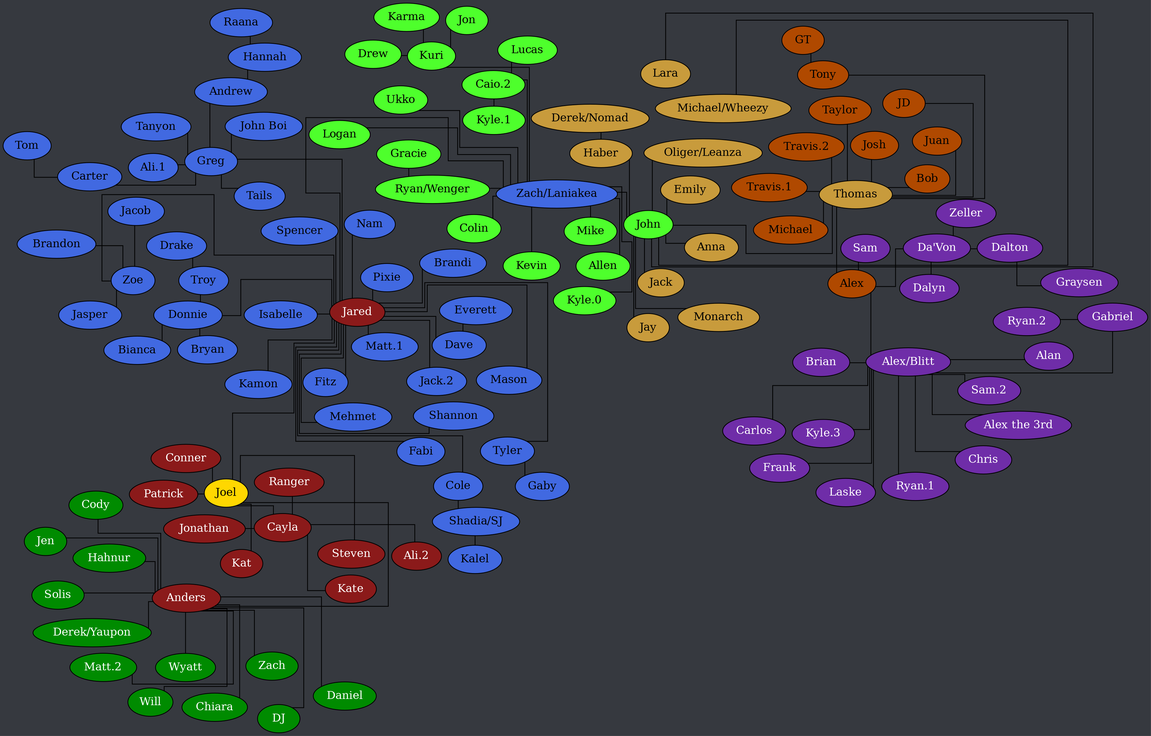
Before: tree.png, a diagram exported from Graphviz (Documidas/CoronaCatzFamilyTree). Its source is kept beside it as tree.dot.
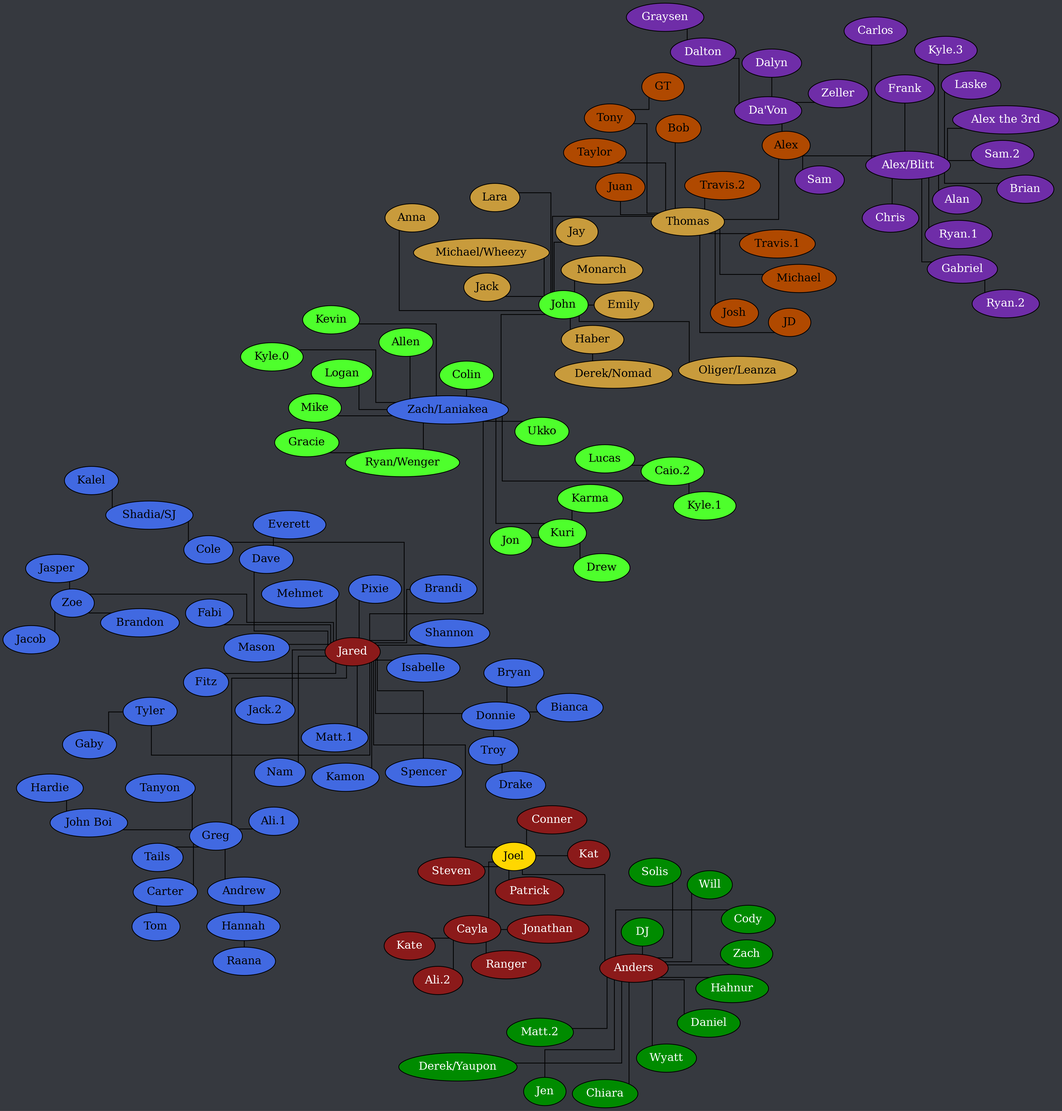
The same diagram one commit later.

Change to the diagram source:
```diff
@@ -82,6 +82,7 @@
 		Jared -- Tyler;
 		Jared -- "Zach/Laniakea";
 		Jared -- Zoe;
+		"John Boi" -- Hardie;
 		"Shadia/SJ" -- Kalel;
 		Troy -- Drake;
 		Tyler -- Gaby;
```
